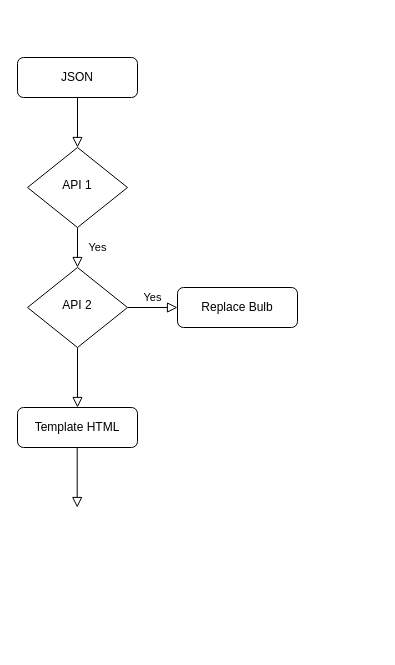
Earlier version of the draw.io diagram Diagrama sem nome.drawio (andreknapik/andreknapik). Source tidied: cells renumbered, new cells numbered last; positions are measured from the earlier drawing's top-left corner, leaving out a move shared by most shapes. Both pictures are drawn from the tidied source at 100%, with x=0, y=0 at pixel (17, 57).
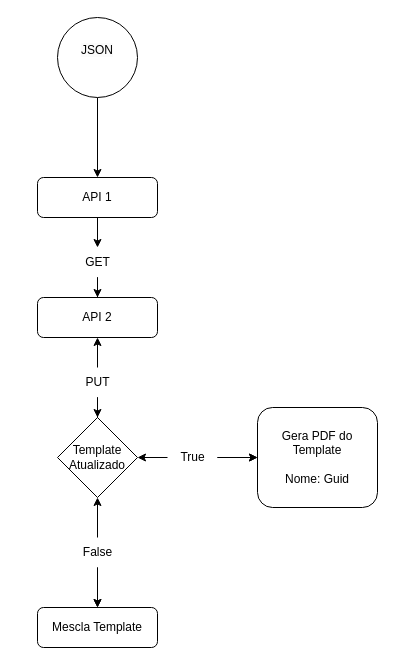
The same diagram, later.

Diff of the diagram source:
```diff
@@
+    <mxCell id="9" value="Mescla Template" style="rounded=1;whiteSpace=wrap;html=1;fontSize=12;glass=0;strokeWidth=1;shadow=0;" parent="1" vertex="1">
+      <mxGeometry x="20" y="550" width="120" height="40" as="geometry" />
+    </mxCell>
-    <mxCell id="2" style="rounded=0;html=1;jettySize=auto;fontSize=11;endArrow=block;endFill=0;endSize=8;strokeWidth=1;shadow=0;labelBackgroundColor=none;edgeStyle=orthogonalEdgeStyle;" parent="1" edge="1" source="3" target="5">
+    <mxCell id="2" style="edgeStyle=orthogonalEdgeStyle;rounded=0;jettySize=auto;html=1;" parent="1" edge="1" source="3" target="5">
       <mxGeometry relative="1" as="geometry" />
     </mxCell>
-    <mxCell id="3" value="JSON" style="rounded=1;whiteSpace=wrap;html=1;fontSize=12;glass=0;strokeWidth=1;shadow=0;" parent="1" vertex="1">
-      <mxGeometry width="120" height="40" as="geometry" />
+    <mxCell id="3" value="&#10;&lt;span style=&quot;color: rgb(0, 0, 0); font-family: Helvetica; font-size: 12px; font-style: normal; font-variant-ligatures: normal; font-variant-caps: normal; font-weight: 400; letter-spacing: normal; orphans: 2; text-align: center; text-indent: 0px; text-transform: none; widows: 2; word-spacing: 0px; -webkit-text-stroke-width: 0px; background-color: rgb(251, 251, 251); text-decoration-thickness: initial; text-decoration-style: initial; text-decoration-color: initial; float: none; display: inline !important;&quot;&gt;JSON&lt;/span&gt;&#10;&#10;" style="ellipse;whiteSpace=wrap;html=1;" parent="1" vertex="1">
+      <mxGeometry x="40" y="-40" width="80" height="80" as="geometry" />
     </mxCell>
-    <mxCell id="4" value="Yes" style="rounded=0;html=1;jettySize=auto;fontSize=11;endArrow=block;endFill=0;endSize=8;strokeWidth=1;shadow=0;labelBackgroundColor=none;edgeStyle=orthogonalEdgeStyle;" parent="1" edge="1" source="5" target="8">
-      <mxGeometry y="20" relative="1" as="geometry" />
-    </mxCell>
+    <mxCell id="12" style="edgeStyle=orthogonalEdgeStyle;rounded=0;jettySize=auto;html=1;" parent="1" edge="1" source="5" target="14">
+      <mxGeometry relative="1" as="geometry" />
+    </mxCell>
-    <mxCell id="5" value="API 1" style="rhombus;whiteSpace=wrap;html=1;shadow=0;fontFamily=Helvetica;fontSize=12;align=center;strokeWidth=1;spacing=6;spacingTop=-4;" parent="1" vertex="1">
-      <mxGeometry x="10" y="90" width="100" height="80" as="geometry" />
+    <mxCell id="5" value="API 1" style="rounded=1;whiteSpace=wrap;html=1;fontSize=12;glass=0;strokeWidth=1;shadow=0;" parent="1" vertex="1">
+      <mxGeometry x="20" y="120" width="120" height="40" as="geometry" />
     </mxCell>
-    <mxCell id="6" style="rounded=0;html=1;jettySize=auto;fontSize=11;endArrow=block;endFill=0;endSize=8;strokeWidth=1;shadow=0;labelBackgroundColor=none;edgeStyle=orthogonalEdgeStyle;" parent="1" edge="1" source="8" target="9">
-      <mxGeometry x="0.33" y="20" relative="1" as="geometry" />
-    </mxCell>
-    <mxCell id="7" value="Yes" style="edgeStyle=orthogonalEdgeStyle;rounded=0;html=1;jettySize=auto;fontSize=11;endArrow=block;endFill=0;endSize=8;strokeWidth=1;shadow=0;labelBackgroundColor=none;" parent="1" edge="1" source="8" target="10">
-      <mxGeometry y="10" relative="1" as="geometry" />
-    </mxCell>
-    <mxCell id="8" value="API 2" style="rhombus;whiteSpace=wrap;html=1;shadow=0;fontFamily=Helvetica;fontSize=12;align=center;strokeWidth=1;spacing=6;spacingTop=-4;" parent="1" vertex="1">
-      <mxGeometry x="10" y="210" width="100" height="80" as="geometry" />
+    <mxCell id="8" value="API 2" style="rounded=1;whiteSpace=wrap;html=1;fontSize=12;glass=0;strokeWidth=1;shadow=0;" parent="1" vertex="1">
+      <mxGeometry x="20" y="240" width="120" height="40" as="geometry" />
     </mxCell>
-    <mxCell id="9" value="Template HTML" style="rounded=1;whiteSpace=wrap;html=1;fontSize=12;glass=0;strokeWidth=1;shadow=0;" parent="1" vertex="1">
-      <mxGeometry y="350" width="120" height="40" as="geometry" />
-    </mxCell>
-    <mxCell id="10" value="Replace Bulb" style="rounded=1;whiteSpace=wrap;html=1;fontSize=12;glass=0;strokeWidth=1;shadow=0;" parent="1" vertex="1">
-      <mxGeometry x="160" y="230" width="120" height="40" as="geometry" />
-    </mxCell>
-    <mxCell id="11" style="rounded=0;html=1;jettySize=auto;orthogonalLoop=1;fontSize=11;endArrow=block;endFill=0;endSize=8;strokeWidth=1;shadow=0;labelBackgroundColor=none;edgeStyle=orthogonalEdgeStyle;" parent="1" edge="1">
-      <mxGeometry x="0.33" y="20" relative="1" as="geometry">
-        <mxPoint x="59.7" y="390" as="sourcePoint" />
-        <mxPoint x="59.7" y="450" as="targetPoint" />
-      </mxGeometry>
-    </mxCell>
+    <mxCell id="13" style="edgeStyle=orthogonalEdgeStyle;rounded=0;jettySize=auto;html=1;" parent="1" edge="1" source="14" target="8">
+      <mxGeometry relative="1" as="geometry" />
+    </mxCell>
+    <mxCell id="14" value="GET" style="text;html=1;align=center;verticalAlign=middle;points=[];strokeColor=none;fillColor=none;" parent="1" vertex="1">
+      <mxGeometry x="55" y="190" width="50" height="30" as="geometry" />
+    </mxCell>
+    <mxCell id="15" value="Template&lt;br&gt;Atualizado" style="rhombus;whiteSpace=wrap;html=1;" parent="1" vertex="1">
+      <mxGeometry x="40" y="360" width="80" height="80" as="geometry" />
+    </mxCell>
+    <mxCell id="16" style="edgeStyle=orthogonalEdgeStyle;rounded=0;jettySize=auto;html=1;" parent="1" edge="1" source="19" target="9">
+      <mxGeometry relative="1" as="geometry" />
+    </mxCell>
+    <mxCell id="17" style="edgeStyle=orthogonalEdgeStyle;rounded=0;jettySize=auto;html=1;" parent="1" edge="1" source="19" target="9">
+      <mxGeometry relative="1" as="geometry" />
+    </mxCell>
+    <mxCell id="18" style="edgeStyle=orthogonalEdgeStyle;rounded=0;jettySize=auto;html=1;" parent="1" edge="1" source="19" target="15">
+      <mxGeometry relative="1" as="geometry" />
+    </mxCell>
+    <mxCell id="19" value="False" style="text;html=1;align=center;verticalAlign=middle;points=[];strokeColor=none;fillColor=none;" parent="1" vertex="1">
+      <mxGeometry x="55" y="480" width="50" height="30" as="geometry" />
+    </mxCell>
+    <mxCell id="20" style="edgeStyle=orthogonalEdgeStyle;rounded=0;jettySize=auto;html=1;" parent="1" edge="1" source="23" target="24">
+      <mxGeometry relative="1" as="geometry" />
+    </mxCell>
+    <mxCell id="21" style="edgeStyle=orthogonalEdgeStyle;rounded=0;jettySize=auto;html=1;" parent="1" edge="1" source="23" target="24">
+      <mxGeometry relative="1" as="geometry" />
+    </mxCell>
+    <mxCell id="22" style="edgeStyle=orthogonalEdgeStyle;rounded=0;jettySize=auto;html=1;" parent="1" edge="1" source="23" target="15">
+      <mxGeometry relative="1" as="geometry" />
+    </mxCell>
+    <mxCell id="23" value="True" style="text;html=1;align=center;verticalAlign=middle;points=[];strokeColor=none;fillColor=none;" parent="1" vertex="1">
+      <mxGeometry x="150" y="385" width="50" height="30" as="geometry" />
+    </mxCell>
+    <mxCell id="24" value="Gera PDF do Template&lt;br&gt;&lt;br&gt;Nome: Guid" style="rounded=1;whiteSpace=wrap;html=1;" parent="1" vertex="1">
+      <mxGeometry x="240" y="350" width="120" height="100" as="geometry" />
+    </mxCell>
+    <mxCell id="25" style="edgeStyle=orthogonalEdgeStyle;rounded=0;jettySize=auto;html=1;" parent="1" edge="1" source="27" target="15">
+      <mxGeometry relative="1" as="geometry" />
+    </mxCell>
+    <mxCell id="26" style="edgeStyle=orthogonalEdgeStyle;rounded=0;jettySize=auto;html=1;" parent="1" edge="1" source="27" target="8">
+      <mxGeometry relative="1" as="geometry" />
+    </mxCell>
+    <mxCell id="27" value="PUT" style="text;html=1;align=center;verticalAlign=middle;points=[];strokeColor=none;fillColor=none;" parent="1" vertex="1">
+      <mxGeometry x="55" y="310" width="50" height="30" as="geometry" />
+    </mxCell>
```
